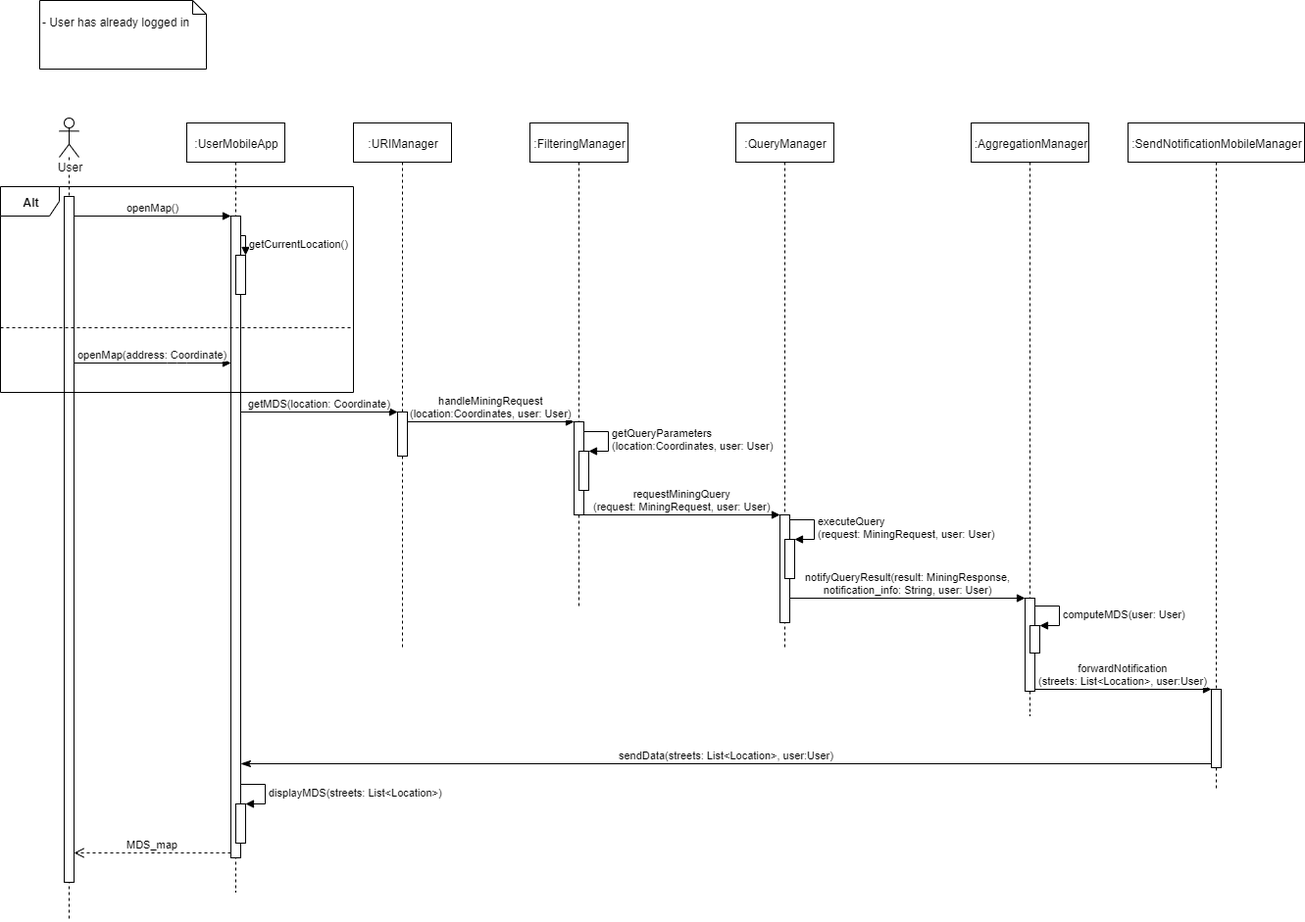
The draw.io diagram DD/Images/UML_diagrams/Sequence_Diagrams/Request_MDS_sd.png in LukeKan/SW2_Project, before a commit. Source tidied: cells renumbered, new cells last; positions are measured from the earlier drawing's top-left corner, leaving out a move shared by most shapes. The source it was exported from:
```xml
<mxGraphModel>
  <root>
    <mxCell id="0" />
    <mxCell id="1" parent="0" />
    <mxCell id="2" value="&lt;br&gt;- User has already logged in" style="shape=note;whiteSpace=wrap;html=1;size=14;verticalAlign=top;align=left;spacingTop=-6;" parent="1" vertex="1">
      <mxGeometry x="40" width="170" height="70" as="geometry" />
    </mxCell>
    <mxCell id="3" value="User" style="shape=umlLifeline;participant=umlActor;perimeter=lifelinePerimeter;whiteSpace=wrap;html=1;verticalAlign=top;spacingTop=36;labelBackgroundColor=#ffffff;" parent="1" vertex="1">
      <mxGeometry x="60" y="120" width="20" height="820" as="geometry" />
    </mxCell>
    <mxCell id="4" style="html=1;points=[];perimeter=orthogonalPerimeter;" parent="3" vertex="1">
      <mxGeometry x="5" y="80" width="10" height="700" as="geometry" />
    </mxCell>
    <mxCell id="5" value=":UserMobileApp" style="shape=umlLifeline;perimeter=lifelinePerimeter;whiteSpace=wrap;html=1;" parent="1" vertex="1">
      <mxGeometry x="190" y="125" width="100" height="785" as="geometry" />
    </mxCell>
    <mxCell id="6" style="html=1;points=[];perimeter=orthogonalPerimeter;" parent="5" vertex="1">
      <mxGeometry x="45" y="95" width="10" height="655" as="geometry" />
    </mxCell>
    <mxCell id="7" style="html=1;points=[];perimeter=orthogonalPerimeter;" parent="5" vertex="1">
      <mxGeometry x="50" y="695" width="10" height="40" as="geometry" />
    </mxCell>
    <mxCell id="8" value="displayMDS(streets: List&amp;lt;Location&amp;gt;)" style="edgeStyle=orthogonalEdgeStyle;html=1;align=left;spacingLeft=2;endArrow=block;rounded=0;entryX=1;entryY=0;" parent="5" edge="1" target="7">
      <mxGeometry relative="1" as="geometry">
        <mxPoint x="55" y="675" as="sourcePoint" />
        <Array as="points">
          <mxPoint x="80" y="675" />
        </Array>
      </mxGeometry>
    </mxCell>
    <mxCell id="9" value="openMap()" style="html=1;verticalAlign=bottom;endArrow=block;entryX=0;entryY=0;" parent="1" edge="1" source="4" target="6">
      <mxGeometry relative="1" as="geometry" />
    </mxCell>
    <mxCell id="10" value=":URIManager" style="shape=umlLifeline;perimeter=lifelinePerimeter;whiteSpace=wrap;html=1;" parent="1" vertex="1">
      <mxGeometry x="360" y="125" width="100" height="535" as="geometry" />
    </mxCell>
    <mxCell id="11" style="html=1;points=[];perimeter=orthogonalPerimeter;" parent="10" vertex="1">
      <mxGeometry x="45" y="295" width="10" height="45" as="geometry" />
    </mxCell>
    <mxCell id="12" style="line;strokeWidth=1;fillColor=none;align=left;verticalAlign=middle;spacingTop=-1;spacingLeft=3;spacingRight=3;labelPosition=right;dashed=1;" parent="1" vertex="1">
      <mxGeometry y="330" width="360" height="8" as="geometry" />
    </mxCell>
    <mxCell id="13" style="html=1;points=[];perimeter=orthogonalPerimeter;" parent="1" vertex="1">
      <mxGeometry x="240" y="260" width="10" height="40" as="geometry" />
    </mxCell>
    <mxCell id="14" value="getCurrentLocation()" style="edgeStyle=orthogonalEdgeStyle;html=1;align=left;spacingLeft=2;endArrow=block;rounded=0;entryX=1;entryY=0;" parent="1" edge="1" source="6" target="13">
      <mxGeometry relative="1" as="geometry">
        <Array as="points">
          <mxPoint x="250" y="240" />
        </Array>
      </mxGeometry>
    </mxCell>
    <mxCell id="15" value="openMap(address: Coordinate)" style="html=1;verticalAlign=bottom;endArrow=block;" parent="1" edge="1" source="4" target="6">
      <mxGeometry relative="1" as="geometry">
        <Array as="points">
          <mxPoint x="180" y="370" />
        </Array>
      </mxGeometry>
    </mxCell>
    <mxCell id="16" value="getMDS(location: Coordinate)" style="html=1;verticalAlign=bottom;endArrow=block;entryX=0;entryY=0;" parent="1" edge="1" source="6" target="11">
      <mxGeometry relative="1" as="geometry" />
    </mxCell>
    <mxCell id="17" value="&lt;b&gt;Alt&lt;/b&gt;" style="shape=umlFrame;whiteSpace=wrap;html=1;" parent="1" vertex="1">
      <mxGeometry y="190" width="360" height="210" as="geometry" />
    </mxCell>
    <mxCell id="18" value=":FilteringManager" style="shape=umlLifeline;perimeter=lifelinePerimeter;whiteSpace=wrap;html=1;" parent="1" vertex="1">
      <mxGeometry x="540" y="125" width="100" height="495" as="geometry" />
    </mxCell>
    <mxCell id="19" style="html=1;points=[];perimeter=orthogonalPerimeter;" parent="18" vertex="1">
      <mxGeometry x="45" y="305" width="10" height="95" as="geometry" />
    </mxCell>
    <mxCell id="20" style="html=1;points=[];perimeter=orthogonalPerimeter;" parent="18" vertex="1">
      <mxGeometry x="50" y="335" width="10" height="40" as="geometry" />
    </mxCell>
    <mxCell id="21" value="getQueryParameters&lt;br&gt;(&lt;span style=&quot;text-align: center&quot;&gt;location:Coordinates,&amp;nbsp;&lt;/span&gt;&lt;span style=&quot;text-align: center&quot;&gt;user: User&lt;/span&gt;)" style="edgeStyle=orthogonalEdgeStyle;html=1;align=left;spacingLeft=2;endArrow=block;rounded=0;entryX=1;entryY=0;" parent="18" edge="1" target="20">
      <mxGeometry relative="1" as="geometry">
        <mxPoint x="55" y="315" as="sourcePoint" />
        <Array as="points">
          <mxPoint x="80" y="315" />
        </Array>
      </mxGeometry>
    </mxCell>
    <mxCell id="22" value="handleMiningRequest&lt;br&gt;(location:Coordinates, user: User)" style="html=1;verticalAlign=bottom;endArrow=block;entryX=0;entryY=0;" parent="1" edge="1" source="11" target="19">
      <mxGeometry relative="1" as="geometry" />
    </mxCell>
    <mxCell id="23" value=":QueryManager" style="shape=umlLifeline;perimeter=lifelinePerimeter;whiteSpace=wrap;html=1;" parent="1" vertex="1">
      <mxGeometry x="750" y="125" width="100" height="535" as="geometry" />
    </mxCell>
    <mxCell id="24" style="html=1;points=[];perimeter=orthogonalPerimeter;" parent="23" vertex="1">
      <mxGeometry x="45" y="400" width="10" height="110" as="geometry" />
    </mxCell>
    <mxCell id="25" style="html=1;points=[];perimeter=orthogonalPerimeter;" parent="23" vertex="1">
      <mxGeometry x="50" y="425" width="10" height="40" as="geometry" />
    </mxCell>
    <mxCell id="26" value="&lt;span style=&quot;text-align: center&quot;&gt;executeQuery&lt;br&gt;(request: MiningRequest,&amp;nbsp;&lt;/span&gt;&lt;span style=&quot;text-align: center&quot;&gt;user: User&lt;/span&gt;&lt;span style=&quot;text-align: center&quot;&gt;)&lt;/span&gt;" style="edgeStyle=orthogonalEdgeStyle;html=1;align=left;spacingLeft=2;endArrow=block;rounded=0;entryX=1;entryY=0;" parent="23" edge="1" target="25">
      <mxGeometry relative="1" as="geometry">
        <mxPoint x="55" y="405" as="sourcePoint" />
        <Array as="points">
          <mxPoint x="80" y="405" />
        </Array>
      </mxGeometry>
    </mxCell>
    <mxCell id="27" value="requestMiningQuery&lt;br&gt;(request: MiningRequest, user: User)" style="html=1;verticalAlign=bottom;endArrow=block;entryX=0;entryY=0;" parent="1" edge="1" source="19" target="24">
      <mxGeometry relative="1" as="geometry" />
    </mxCell>
    <mxCell id="28" value=":AggregationManager" style="shape=umlLifeline;perimeter=lifelinePerimeter;whiteSpace=wrap;html=1;" parent="1" vertex="1">
      <mxGeometry x="990" y="125" width="120" height="605" as="geometry" />
    </mxCell>
    <mxCell id="29" style="html=1;points=[];perimeter=orthogonalPerimeter;" parent="28" vertex="1">
      <mxGeometry x="55" y="485" width="10" height="95" as="geometry" />
    </mxCell>
    <mxCell id="30" style="html=1;points=[];perimeter=orthogonalPerimeter;" parent="28" vertex="1">
      <mxGeometry x="60" y="513" width="10" height="28" as="geometry" />
    </mxCell>
    <mxCell id="31" value="computeMDS(&lt;span style=&quot;text-align: center&quot;&gt;user: User&lt;/span&gt;)" style="edgeStyle=orthogonalEdgeStyle;html=1;align=left;spacingLeft=2;endArrow=block;rounded=0;entryX=1;entryY=0;" parent="28" edge="1" target="30">
      <mxGeometry relative="1" as="geometry">
        <mxPoint x="65" y="492.5" as="sourcePoint" />
        <Array as="points">
          <mxPoint x="90" y="492.5" />
        </Array>
      </mxGeometry>
    </mxCell>
    <mxCell id="32" value="notifyQueryResult(result: MiningResponse,&lt;br&gt;notification_info: String, user: User)" style="html=1;verticalAlign=bottom;endArrow=block;entryX=0;entryY=0;" parent="1" edge="1" source="24" target="29">
      <mxGeometry relative="1" as="geometry" />
    </mxCell>
    <mxCell id="33" value=":SendNotificationMobileManager" style="shape=umlLifeline;perimeter=lifelinePerimeter;whiteSpace=wrap;html=1;" parent="1" vertex="1">
      <mxGeometry x="1150" y="125" width="180" height="680" as="geometry" />
    </mxCell>
    <mxCell id="34" style="html=1;points=[];perimeter=orthogonalPerimeter;" parent="33" vertex="1">
      <mxGeometry x="85" y="578" width="10" height="80" as="geometry" />
    </mxCell>
    <mxCell id="35" value="forwardNotification&lt;br&gt;(streets: List&amp;lt;Location&amp;gt;, user:User)" style="html=1;verticalAlign=bottom;endArrow=block;entryX=0;entryY=0;" parent="1" edge="1" source="29" target="34">
      <mxGeometry relative="1" as="geometry" />
    </mxCell>
    <mxCell id="36" value="sendData(streets: List&amp;lt;Location&amp;gt;, user:User)" style="html=1;verticalAlign=bottom;endArrow=classicThin;endSize=8;exitX=0;exitY=0.95;endFill=1;" parent="1" edge="1" source="34" target="6">
      <mxGeometry relative="1" as="geometry" />
    </mxCell>
    <mxCell id="37" value="MDS_map" style="html=1;verticalAlign=bottom;endArrow=open;dashed=1;endSize=8;" parent="1" edge="1" source="6" target="4">
      <mxGeometry relative="1" as="geometry">
        <Array as="points">
          <mxPoint x="120" y="870" />
        </Array>
      </mxGeometry>
    </mxCell>
  </root>
</mxGraphModel>
```
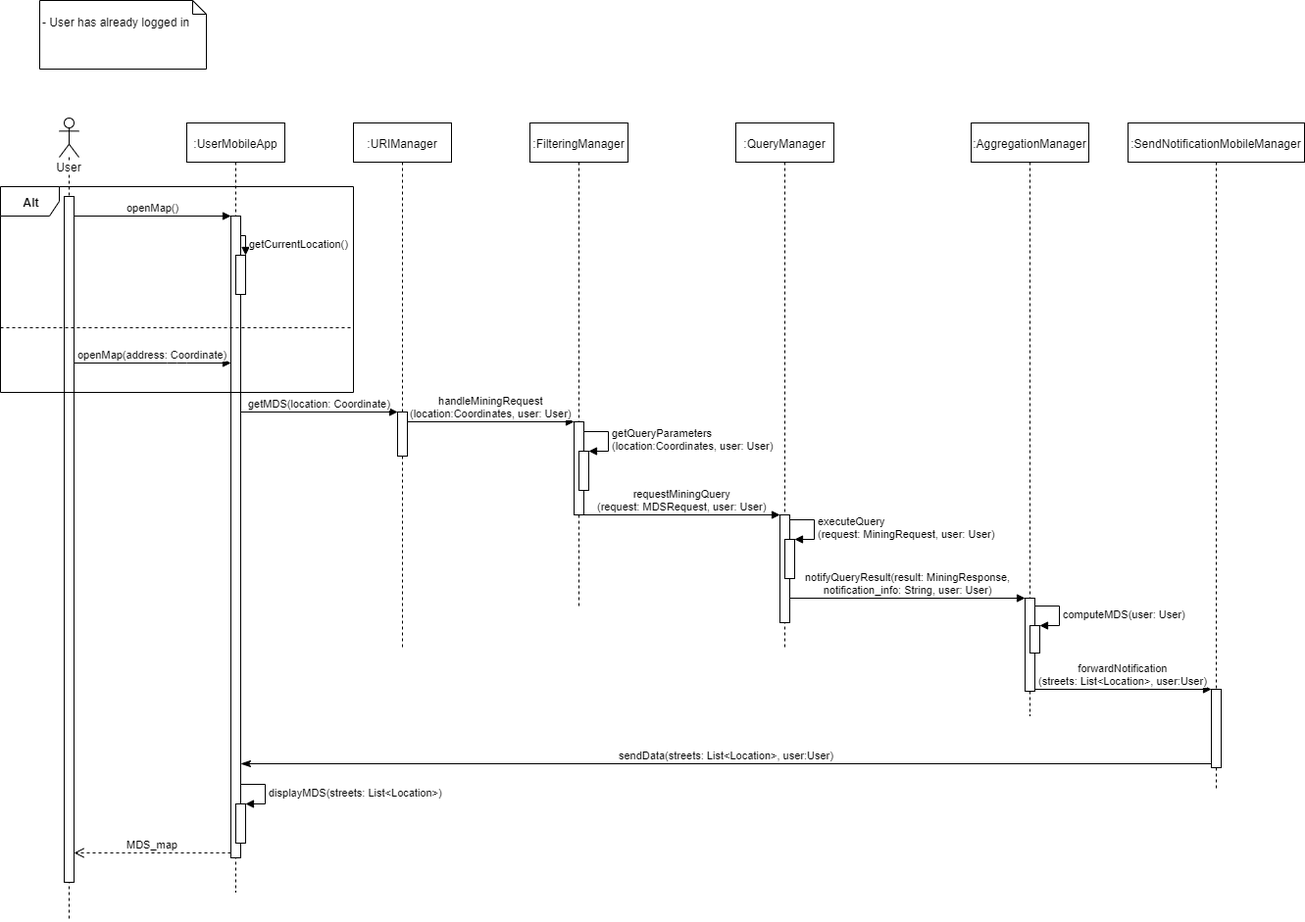
Above is the later version.

Change to the diagram source:
```diff
@@ -100,7 +100,7 @@
         </Array>
       </mxGeometry>
     </mxCell>
-    <mxCell id="27" value="requestMiningQuery&lt;br&gt;(request: MiningRequest, user: User)" style="html=1;verticalAlign=bottom;endArrow=block;entryX=0;entryY=0;" parent="1" edge="1" source="19" target="24">
+    <mxCell id="27" value="requestMiningQuery&lt;br&gt;(request: MDSRequest, user: User)" style="html=1;verticalAlign=bottom;endArrow=block;entryX=0;entryY=0;" parent="1" edge="1" source="19" target="24">
       <mxGeometry relative="1" as="geometry" />
     </mxCell>
     <mxCell id="28" value=":AggregationManager" style="shape=umlLifeline;perimeter=lifelinePerimeter;whiteSpace=wrap;html=1;" parent="1" vertex="1">
```
